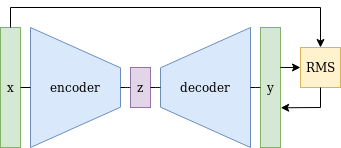
Above: assets/images/autoencoder.png in m-a-h-e/m-a-h-e.github.io (draw.io), before the change. Source tidied: cells renumbered, new cells last; positions are measured from the earlier drawing's top-left corner, leaving out a move shared by most shapes. The source it was exported from:
```xml
<mxGraphModel>
  <root>
    <mxCell id="0" />
    <mxCell id="1" parent="0" />
    <mxCell id="2" value="encoder" style="shape=trapezoid;perimeter=trapezoidPerimeter;whiteSpace=wrap;html=1;direction=south;size=0.3360153256704981;fillColor=#dae8fc;strokeColor=#6c8ebf;" parent="1" vertex="1">
      <mxGeometry x="30" y="20" width="90" height="120" as="geometry" />
    </mxCell>
    <mxCell id="3" value="x" style="rounded=0;whiteSpace=wrap;html=1;fillColor=#d5e8d4;strokeColor=#82b366;" parent="1" vertex="1">
      <mxGeometry y="20" width="20" height="120" as="geometry" />
    </mxCell>
    <mxCell id="4" value="decoder" style="shape=trapezoid;perimeter=trapezoidPerimeter;whiteSpace=wrap;html=1;direction=north;size=0.3360153256704981;fillColor=#dae8fc;strokeColor=#6c8ebf;" parent="1" vertex="1">
      <mxGeometry x="160" y="20" width="90" height="120" as="geometry" />
    </mxCell>
    <mxCell id="5" value="z" style="rounded=0;whiteSpace=wrap;html=1;fillColor=#e1d5e7;strokeColor=#9673a6;" parent="1" vertex="1">
      <mxGeometry x="130" y="60" width="20" height="40" as="geometry" />
    </mxCell>
    <mxCell id="6" value="y" style="rounded=0;whiteSpace=wrap;html=1;fillColor=#d5e8d4;strokeColor=#82b366;" parent="1" vertex="1">
      <mxGeometry x="260" y="20" width="20" height="120" as="geometry" />
    </mxCell>
    <mxCell id="7" value="RMS" style="rounded=0;whiteSpace=wrap;html=1;fillColor=#fff2cc;strokeColor=#d6b656;" parent="1" vertex="1">
      <mxGeometry x="300" y="40" width="40" height="40" as="geometry" />
    </mxCell>
    <mxCell id="8" style="endArrow=classic;html=1;entryX=0;entryY=0.5;entryDx=0;entryDy=0;exitX=0.993;exitY=0.333;exitDx=0;exitDy=0;exitPerimeter=0;" parent="1" edge="1" source="6" target="7">
      <mxGeometry relative="1" as="geometry" />
    </mxCell>
    <mxCell id="9" style="endArrow=classic;html=1;entryX=0.5;entryY=0;entryDx=0;entryDy=0;" parent="1" edge="1" target="7">
      <mxGeometry relative="1" as="geometry">
        <mxPoint x="320" as="sourcePoint" />
      </mxGeometry>
    </mxCell>
    <mxCell id="10" style="endArrow=none;html=1;entryX=0.5;entryY=0;entryDx=0;entryDy=0;" parent="1" edge="1" target="3">
      <mxGeometry relative="1" as="geometry">
        <mxPoint x="10" as="sourcePoint" />
      </mxGeometry>
    </mxCell>
    <mxCell id="11" style="endArrow=none;html=1;" parent="1" edge="1">
      <mxGeometry relative="1" as="geometry">
        <mxPoint x="10" as="sourcePoint" />
        <mxPoint x="320" as="targetPoint" />
      </mxGeometry>
    </mxCell>
    <mxCell id="12" style="endArrow=none;html=1;entryX=0.5;entryY=1;entryDx=0;entryDy=0;" parent="1" edge="1" target="7">
      <mxGeometry relative="1" as="geometry">
        <mxPoint x="320" y="100" as="sourcePoint" />
      </mxGeometry>
    </mxCell>
    <mxCell id="13" style="endArrow=classic;html=1;entryX=1.011;entryY=0.669;entryDx=0;entryDy=0;entryPerimeter=0;" parent="1" edge="1" target="6">
      <mxGeometry relative="1" as="geometry">
        <mxPoint x="320" y="100" as="sourcePoint" />
      </mxGeometry>
    </mxCell>
    <mxCell id="14" style="endArrow=none;html=1;exitX=1;exitY=0.5;exitDx=0;exitDy=0;entryX=0.5;entryY=1;entryDx=0;entryDy=0;" parent="1" edge="1" source="3" target="2">
      <mxGeometry relative="1" as="geometry" />
    </mxCell>
    <mxCell id="15" style="endArrow=none;html=1;exitX=1;exitY=0.5;exitDx=0;exitDy=0;entryX=0.5;entryY=1;entryDx=0;entryDy=0;" parent="1" edge="1">
      <mxGeometry relative="1" as="geometry">
        <mxPoint x="120" y="80" as="sourcePoint" />
        <mxPoint x="130" y="80" as="targetPoint" />
        <Array as="points">
          <mxPoint x="130" y="80" />
        </Array>
      </mxGeometry>
    </mxCell>
    <mxCell id="16" style="endArrow=none;html=1;exitX=1;exitY=0.5;exitDx=0;exitDy=0;entryX=0.5;entryY=1;entryDx=0;entryDy=0;" parent="1" edge="1">
      <mxGeometry relative="1" as="geometry">
        <mxPoint x="150" y="80" as="sourcePoint" />
        <mxPoint x="160" y="80" as="targetPoint" />
        <Array as="points">
          <mxPoint x="160" y="80" />
        </Array>
      </mxGeometry>
    </mxCell>
    <mxCell id="17" style="endArrow=none;html=1;exitX=1;exitY=0.5;exitDx=0;exitDy=0;entryX=0.5;entryY=1;entryDx=0;entryDy=0;" parent="1" edge="1">
      <mxGeometry relative="1" as="geometry">
        <mxPoint x="250" y="80" as="sourcePoint" />
        <mxPoint x="260" y="80" as="targetPoint" />
        <Array as="points">
          <mxPoint x="260" y="80" />
        </Array>
      </mxGeometry>
    </mxCell>
  </root>
</mxGraphModel>
```
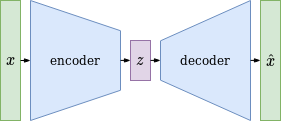
Above is the later version.

What changed in the source:
```diff
@@ -1,83 +1,42 @@
-<mxGraphModel>
+<mxGraphModel math="1">
   <root>
     <mxCell id="0" />
     <mxCell id="1" parent="0" />
-    <mxCell id="2" value="encoder" style="shape=trapezoid;perimeter=trapezoidPerimeter;whiteSpace=wrap;html=1;direction=south;size=0.3360153256704981;fillColor=#dae8fc;strokeColor=#6c8ebf;" parent="1" vertex="1">
+    <mxCell id="2" value="encoder" style="shape=trapezoid;perimeter=trapezoidPerimeter;whiteSpace=wrap;html=1;direction=south;size=0.25185185185185177;fillColor=#dae8fc;strokeColor=#6c8ebf;" parent="1" vertex="1">
       <mxGeometry x="30" y="20" width="90" height="120" as="geometry" />
     </mxCell>
-    <mxCell id="3" value="x" style="rounded=0;whiteSpace=wrap;html=1;fillColor=#d5e8d4;strokeColor=#82b366;" parent="1" vertex="1">
-      <mxGeometry y="20" width="20" height="120" as="geometry" />
-    </mxCell>
+    <mxCell id="18" value="$$x$$" style="rounded=0;whiteSpace=wrap;html=1;fillColor=#d5e8d4;strokeColor=#82b366;" parent="1" vertex="1">
+      <mxGeometry y="20" width="20" height="120" as="geometry" />
+    </mxCell>
     <mxCell id="4" value="decoder" style="shape=trapezoid;perimeter=trapezoidPerimeter;whiteSpace=wrap;html=1;direction=north;size=0.3360153256704981;fillColor=#dae8fc;strokeColor=#6c8ebf;" parent="1" vertex="1">
       <mxGeometry x="160" y="20" width="90" height="120" as="geometry" />
     </mxCell>
-    <mxCell id="5" value="z" style="rounded=0;whiteSpace=wrap;html=1;fillColor=#e1d5e7;strokeColor=#9673a6;" parent="1" vertex="1">
-      <mxGeometry x="130" y="60" width="20" height="40" as="geometry" />
-    </mxCell>
-    <mxCell id="6" value="y" style="rounded=0;whiteSpace=wrap;html=1;fillColor=#d5e8d4;strokeColor=#82b366;" parent="1" vertex="1">
-      <mxGeometry x="260" y="20" width="20" height="120" as="geometry" />
-    </mxCell>
-    <mxCell id="7" value="RMS" style="rounded=0;whiteSpace=wrap;html=1;fillColor=#fff2cc;strokeColor=#d6b656;" parent="1" vertex="1">
-      <mxGeometry x="300" y="40" width="40" height="40" as="geometry" />
-    </mxCell>
-    <mxCell id="8" style="endArrow=classic;html=1;entryX=0;entryY=0.5;entryDx=0;entryDy=0;exitX=0.993;exitY=0.333;exitDx=0;exitDy=0;exitPerimeter=0;" parent="1" edge="1" source="6" target="7">
-      <mxGeometry relative="1" as="geometry" />
-    </mxCell>
-    <mxCell id="9" style="endArrow=classic;html=1;entryX=0.5;entryY=0;entryDx=0;entryDy=0;" parent="1" edge="1" target="7">
-      <mxGeometry relative="1" as="geometry">
-        <mxPoint x="320" as="sourcePoint" />
-      </mxGeometry>
-    </mxCell>
-    <mxCell id="10" style="endArrow=none;html=1;entryX=0.5;entryY=0;entryDx=0;entryDy=0;" parent="1" edge="1" target="3">
-      <mxGeometry relative="1" as="geometry">
-        <mxPoint x="10" as="sourcePoint" />
-      </mxGeometry>
-    </mxCell>
-    <mxCell id="11" style="endArrow=none;html=1;" parent="1" edge="1">
-      <mxGeometry relative="1" as="geometry">
-        <mxPoint x="10" as="sourcePoint" />
-        <mxPoint x="320" as="targetPoint" />
-      </mxGeometry>
-    </mxCell>
-    <mxCell id="12" style="endArrow=none;html=1;entryX=0.5;entryY=1;entryDx=0;entryDy=0;" parent="1" edge="1" target="7">
-      <mxGeometry relative="1" as="geometry">
-        <mxPoint x="320" y="100" as="sourcePoint" />
-      </mxGeometry>
-    </mxCell>
-    <mxCell id="13" style="endArrow=classic;html=1;entryX=1.011;entryY=0.669;entryDx=0;entryDy=0;entryPerimeter=0;" parent="1" edge="1" target="6">
-      <mxGeometry relative="1" as="geometry">
-        <mxPoint x="320" y="100" as="sourcePoint" />
-      </mxGeometry>
-    </mxCell>
-    <mxCell id="14" style="endArrow=none;html=1;exitX=1;exitY=0.5;exitDx=0;exitDy=0;entryX=0.5;entryY=1;entryDx=0;entryDy=0;" parent="1" edge="1" source="3" target="2">
-      <mxGeometry relative="1" as="geometry" />
-    </mxCell>
-    <mxCell id="15" style="endArrow=none;html=1;exitX=1;exitY=0.5;exitDx=0;exitDy=0;entryX=0.5;entryY=1;entryDx=0;entryDy=0;" parent="1" edge="1">
-      <mxGeometry relative="1" as="geometry">
-        <mxPoint x="120" y="80" as="sourcePoint" />
-        <mxPoint x="130" y="80" as="targetPoint" />
-        <Array as="points">
-          <mxPoint x="130" y="80" />
-        </Array>
-      </mxGeometry>
-    </mxCell>
-    <mxCell id="16" style="endArrow=none;html=1;exitX=1;exitY=0.5;exitDx=0;exitDy=0;entryX=0.5;entryY=1;entryDx=0;entryDy=0;" parent="1" edge="1">
-      <mxGeometry relative="1" as="geometry">
-        <mxPoint x="150" y="80" as="sourcePoint" />
-        <mxPoint x="160" y="80" as="targetPoint" />
-        <Array as="points">
-          <mxPoint x="160" y="80" />
-        </Array>
-      </mxGeometry>
-    </mxCell>
-    <mxCell id="17" style="endArrow=none;html=1;exitX=1;exitY=0.5;exitDx=0;exitDy=0;entryX=0.5;entryY=1;entryDx=0;entryDy=0;" parent="1" edge="1">
-      <mxGeometry relative="1" as="geometry">
-        <mxPoint x="250" y="80" as="sourcePoint" />
-        <mxPoint x="260" y="80" as="targetPoint" />
-        <Array as="points">
-          <mxPoint x="260" y="80" />
-        </Array>
-      </mxGeometry>
-    </mxCell>
+    <mxCell id="19" value="$$z$$" style="rounded=0;whiteSpace=wrap;html=1;fillColor=#e1d5e7;strokeColor=#9673a6;" parent="1" vertex="1">
+      <mxGeometry x="130" y="60" width="20" height="40" as="geometry" />
+    </mxCell>
+    <mxCell id="20" value="$$\hat{x}$$" style="rounded=0;whiteSpace=wrap;html=1;fillColor=#d5e8d4;strokeColor=#82b366;" parent="1" vertex="1">
+      <mxGeometry x="260" y="20" width="20" height="120" as="geometry" />
+    </mxCell>
+    <mxCell id="21" style="endArrow=none;html=1;endFill=0;startArrow=blockThin;startFill=1;endSize=6;startSize=4;exitX=0;exitY=0.5;exitDx=0;exitDy=0;entryX=1;entryY=0.5;entryDx=0;entryDy=0;" parent="1" edge="1">
+      <mxGeometry relative="1" as="geometry">
+        <mxPoint x="160" y="79.9" as="sourcePoint" />
+        <mxPoint x="150" y="79.9" as="targetPoint" />
+      </mxGeometry>
+    </mxCell>
+    <mxCell id="22" style="endArrow=none;html=1;endFill=0;startArrow=blockThin;startFill=1;endSize=6;startSize=4;exitX=0;exitY=0.5;exitDx=0;exitDy=0;entryX=1;entryY=0.5;entryDx=0;entryDy=0;" parent="1" edge="1">
+      <mxGeometry relative="1" as="geometry">
+        <mxPoint x="260" y="79.9" as="sourcePoint" />
+        <mxPoint x="250" y="79.9" as="targetPoint" />
+      </mxGeometry>
+    </mxCell>
+    <mxCell id="23" style="endArrow=none;html=1;endFill=0;startArrow=blockThin;startFill=1;endSize=6;startSize=4;exitX=0.5;exitY=1;exitDx=0;exitDy=0;entryX=1;entryY=0.5;entryDx=0;entryDy=0;" parent="1" edge="1" source="2" target="18">
+      <mxGeometry relative="1" as="geometry" />
+    </mxCell>
+    <mxCell id="24" style="endArrow=none;html=1;endFill=0;startArrow=blockThin;startFill=1;endSize=6;startSize=4;exitX=0;exitY=0.5;exitDx=0;exitDy=0;entryX=1;entryY=0.5;entryDx=0;entryDy=0;" parent="1" edge="1">
+      <mxGeometry relative="1" as="geometry">
+        <mxPoint x="130" y="79.9" as="sourcePoint" />
+        <mxPoint x="120" y="79.9" as="targetPoint" />
+      </mxGeometry>
+    </mxCell>
   </root>
 </mxGraphModel>
```
